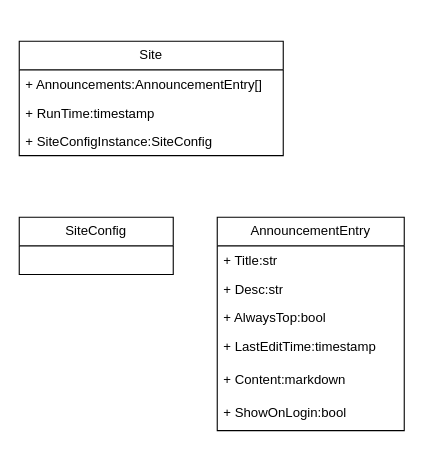
This is Site类图.drawio from icemeowzhi/bach_final_diags, a draw.io file, before an edit. Source tidied: cells renumbered, new cells numbered last; positions are measured from the earlier drawing's top-left corner, leaving out a move shared by most shapes. Both pictures are drawn from the tidied source at 110%, with x=0, y=0 at pixel (19, 41).
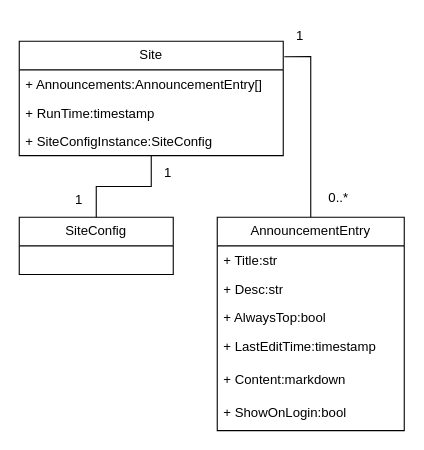
Above is the later version.

Diff of the diagram source:
```diff
@@
 <mxGraphModel>
   <root>
     <mxCell id="0" />
     <mxCell id="1" parent="0" />
     <mxCell id="2" value="Site" style="swimlane;fontStyle=0;horizontal=1;startSize=26;fillColor=none;whiteSpace=wrap;html=1;" parent="1" vertex="1">
       <mxGeometry width="240" height="104" as="geometry" />
     </mxCell>
     <mxCell id="3" value="+ Announcements:AnnouncementEntry[] " style="text;strokeColor=none;fillColor=none;align=left;verticalAlign=top;spacingLeft=4;spacingRight=4;overflow=hidden;whiteSpace=wrap;html=1;" parent="2" vertex="1">
       <mxGeometry y="26" width="240" height="26" as="geometry" />
     </mxCell>
     <mxCell id="4" value="+ RunTime:timestamp" style="text;strokeColor=none;fillColor=none;align=left;verticalAlign=top;spacingLeft=4;spacingRight=4;overflow=hidden;whiteSpace=wrap;html=1;" parent="2" vertex="1">
       <mxGeometry y="52" width="240" height="26" as="geometry" />
     </mxCell>
     <mxCell id="5" value="+ SiteConfigInstance:SiteConfig" style="text;strokeColor=none;fillColor=none;align=left;verticalAlign=top;spacingLeft=4;spacingRight=4;overflow=hidden;whiteSpace=wrap;html=1;" parent="2" vertex="1">
       <mxGeometry y="78" width="240" height="26" as="geometry" />
     </mxCell>
     <mxCell id="6" value="SiteConfig" style="swimlane;fontStyle=0;horizontal=1;startSize=26;fillColor=none;whiteSpace=wrap;html=1;" parent="1" vertex="1">
       <mxGeometry y="160" width="140" height="52" as="geometry" />
     </mxCell>
     <mxCell id="7" value="AnnouncementEntry" style="swimlane;fontStyle=0;horizontal=1;startSize=26;fillColor=none;whiteSpace=wrap;html=1;" parent="1" vertex="1">
       <mxGeometry x="180" y="160" width="170" height="194" as="geometry" />
     </mxCell>
     <mxCell id="8" value="+ Title:str" style="text;strokeColor=none;fillColor=none;align=left;verticalAlign=top;spacingLeft=4;spacingRight=4;overflow=hidden;whiteSpace=wrap;html=1;" parent="7" vertex="1">
       <mxGeometry y="26" width="170" height="26" as="geometry" />
     </mxCell>
     <mxCell id="9" value="+ Desc:str" style="text;strokeColor=none;fillColor=none;align=left;verticalAlign=top;spacingLeft=4;spacingRight=4;overflow=hidden;whiteSpace=wrap;html=1;" parent="7" vertex="1">
       <mxGeometry y="52" width="170" height="26" as="geometry" />
     </mxCell>
     <mxCell id="10" value="+ AlwaysTop:bool" style="text;strokeColor=none;fillColor=none;align=left;verticalAlign=top;spacingLeft=4;spacingRight=4;overflow=hidden;html=1;whiteSpace=wrap;" parent="7" vertex="1">
       <mxGeometry y="78" width="170" height="26" as="geometry" />
     </mxCell>
     <mxCell id="11" value="&lt;div align=&quot;left&quot;&gt;+ LastEditTime:timestamp&lt;/div&gt;" style="text;html=1;align=left;verticalAlign=top;strokeColor=none;fillColor=none;fontFamily=Helvetica;fontSize=12;fontColor=default;spacingLeft=4;" parent="7" vertex="1">
       <mxGeometry y="104" width="170" height="30" as="geometry" />
     </mxCell>
     <mxCell id="12" value="+ Content:markdown" style="text;html=1;align=left;verticalAlign=top;strokeColor=none;fillColor=none;fontFamily=Helvetica;fontSize=12;fontColor=default;spacingLeft=4;" parent="7" vertex="1">
       <mxGeometry y="134" width="170" height="30" as="geometry" />
     </mxCell>
     <mxCell id="13" value="+ ShowOnLogin:bool" style="text;whiteSpace=wrap;html=1;fontFamily=Helvetica;fontSize=12;fontColor=default;spacingLeft=4;" parent="7" vertex="1">
       <mxGeometry y="164" width="170" height="30" as="geometry" />
     </mxCell>
+    <mxCell id="14" style="edgeStyle=orthogonalEdgeStyle;rounded=0;jettySize=auto;html=1;exitX=0.5;exitY=0;exitDx=0;exitDy=0;entryX=1.004;entryY=0.135;entryDx=0;entryDy=0;entryPerimeter=0;endArrow=none;endFill=0;" parent="1" edge="1" source="7" target="2">
+      <mxGeometry relative="1" as="geometry" />
+    </mxCell>
+    <mxCell id="15" style="edgeStyle=orthogonalEdgeStyle;rounded=0;jettySize=auto;html=1;endArrow=none;endFill=0;" parent="1" edge="1" source="6" target="2">
+      <mxGeometry relative="1" as="geometry" />
+    </mxCell>
+    <mxCell id="16" value="1" style="text;html=1;align=center;verticalAlign=middle;strokeColor=none;fillColor=none;" parent="1" vertex="1">
+      <mxGeometry x="240" y="-20" width="30" height="30" as="geometry" />
+    </mxCell>
+    <mxCell id="17" value="0..*" style="text;html=1;align=center;verticalAlign=middle;strokeColor=none;fillColor=none;" parent="1" vertex="1">
+      <mxGeometry x="270" y="128" width="40" height="30" as="geometry" />
+    </mxCell>
+    <mxCell id="18" value="1" style="text;html=1;align=center;verticalAlign=middle;strokeColor=none;fillColor=none;" parent="1" vertex="1">
+      <mxGeometry x="120" y="105" width="30" height="30" as="geometry" />
+    </mxCell>
+    <mxCell id="19" value="1" style="text;html=1;align=center;verticalAlign=middle;strokeColor=none;fillColor=none;" parent="1" vertex="1">
+      <mxGeometry x="39" y="129" width="30" height="30" as="geometry" />
+    </mxCell>
   </root>
 </mxGraphModel>
```
